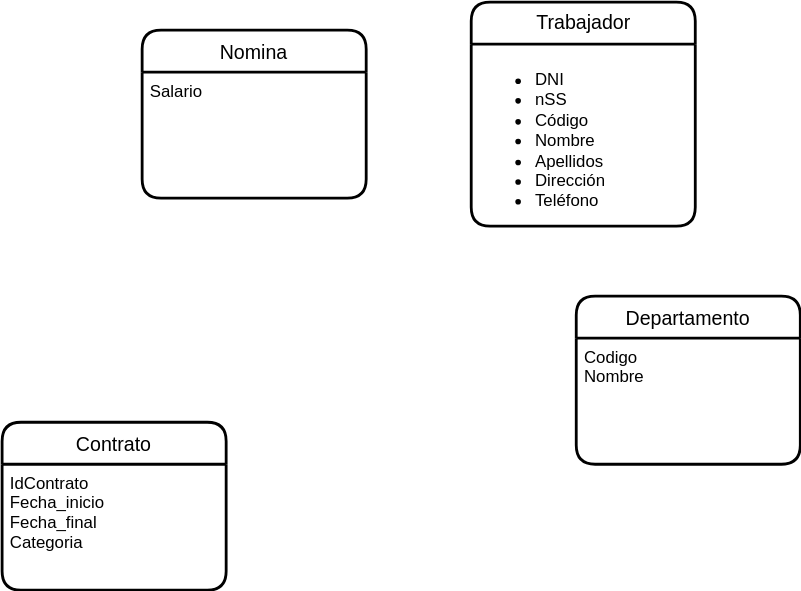
Earlier version of the draw.io export UD12-7.svg (Jimxx22/C3-UD11-UML). Source tidied: cells renumbered, new cells last; positions are measured from the earlier drawing's top-left corner, leaving out a move shared by most shapes. The source it was exported from:
```xml
<mxGraphModel>
  <root>
    <mxCell id="0" />
    <mxCell id="1" parent="0" />
    <mxCell id="2" value="Trabajador" style="swimlane;horizontal=1;startSize=30;rounded=1;fontSize=14;fontStyle=0;strokeWidth=2;shadow=0;dashed=0;align=center;glass=0;labelBorderColor=none;fillColor=default;html=1;" parent="1" vertex="1">
      <mxGeometry x="335" width="160" height="160" as="geometry" />
    </mxCell>
    <mxCell id="3" value="&lt;ul&gt;&lt;li&gt;&lt;span style=&quot;background-color: initial;&quot;&gt;DNI&lt;/span&gt;&lt;br&gt;&lt;/li&gt;&lt;li&gt;nSS&lt;/li&gt;&lt;li&gt;Código&lt;/li&gt;&lt;li&gt;Nombre&lt;/li&gt;&lt;li&gt;Apellidos&lt;/li&gt;&lt;li&gt;Dirección&lt;/li&gt;&lt;li&gt;Teléfono&lt;/li&gt;&lt;/ul&gt;" style="align=left;strokeColor=none;fillColor=none;spacingLeft=4;fontSize=12;verticalAlign=top;rounded=0;glass=0;labelBorderColor=none;html=1;" parent="2" vertex="1">
      <mxGeometry y="30" width="160" height="130" as="geometry" />
    </mxCell>
    <mxCell id="4" value="Contrato" style="swimlane;horizontal=1;startSize=30;rounded=1;fontSize=14;fontStyle=0;strokeWidth=2;shadow=0;dashed=0;align=center;" parent="1" vertex="1">
      <mxGeometry y="300" width="160" height="120" as="geometry" />
    </mxCell>
    <mxCell id="5" value="IdContrato&#10;Fecha_inicio&#10;Fecha_final&#10;Categoria" style="align=left;strokeColor=none;fillColor=none;spacingLeft=4;fontSize=12;verticalAlign=top;" parent="4" vertex="1">
      <mxGeometry y="30" width="160" height="90" as="geometry" />
    </mxCell>
    <mxCell id="6" value="Departamento" style="swimlane;horizontal=1;startSize=30;rounded=1;fontSize=14;fontStyle=0;strokeWidth=2;shadow=0;dashed=0;align=center;html=0;" parent="1" vertex="1">
      <mxGeometry x="410" y="210" width="160" height="120" as="geometry" />
    </mxCell>
    <mxCell id="7" value="Codigo&#10;Nombre&#10;" style="align=left;strokeColor=none;fillColor=none;spacingLeft=4;fontSize=12;verticalAlign=top;html=0;" parent="6" vertex="1">
      <mxGeometry y="30" width="160" height="90" as="geometry" />
    </mxCell>
    <mxCell id="8" value="Nomina" style="swimlane;horizontal=1;startSize=30;rounded=1;fontSize=14;fontStyle=0;strokeWidth=2;shadow=0;dashed=0;align=center;" parent="1" vertex="1">
      <mxGeometry x="100" y="20" width="160" height="120" as="geometry" />
    </mxCell>
    <mxCell id="9" value="Salario" style="align=left;strokeColor=none;fillColor=none;spacingLeft=4;fontSize=12;verticalAlign=top;" parent="8" vertex="1">
      <mxGeometry y="30" width="160" height="90" as="geometry" />
    </mxCell>
  </root>
</mxGraphModel>
```
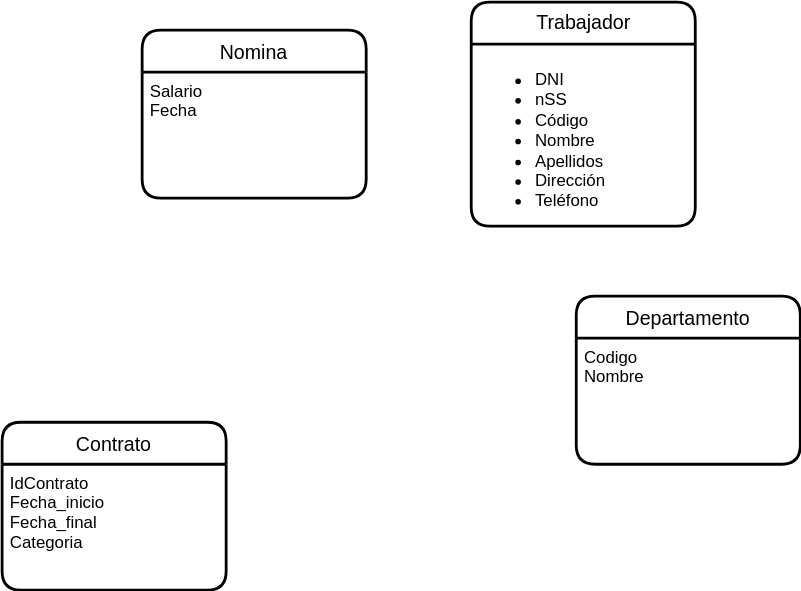
The same file after the commit.

Change to the diagram source:
```diff
@@ -23,7 +23,7 @@
     <mxCell id="8" value="Nomina" style="swimlane;horizontal=1;startSize=30;rounded=1;fontSize=14;fontStyle=0;strokeWidth=2;shadow=0;dashed=0;align=center;" parent="1" vertex="1">
       <mxGeometry x="100" y="20" width="160" height="120" as="geometry" />
     </mxCell>
-    <mxCell id="9" value="Salario" style="align=left;strokeColor=none;fillColor=none;spacingLeft=4;fontSize=12;verticalAlign=top;" parent="8" vertex="1">
+    <mxCell id="9" value="Salario&#10;Fecha" style="align=left;strokeColor=none;fillColor=none;spacingLeft=4;fontSize=12;verticalAlign=top;" parent="8" vertex="1">
       <mxGeometry y="30" width="160" height="90" as="geometry" />
     </mxCell>
   </root>
```
